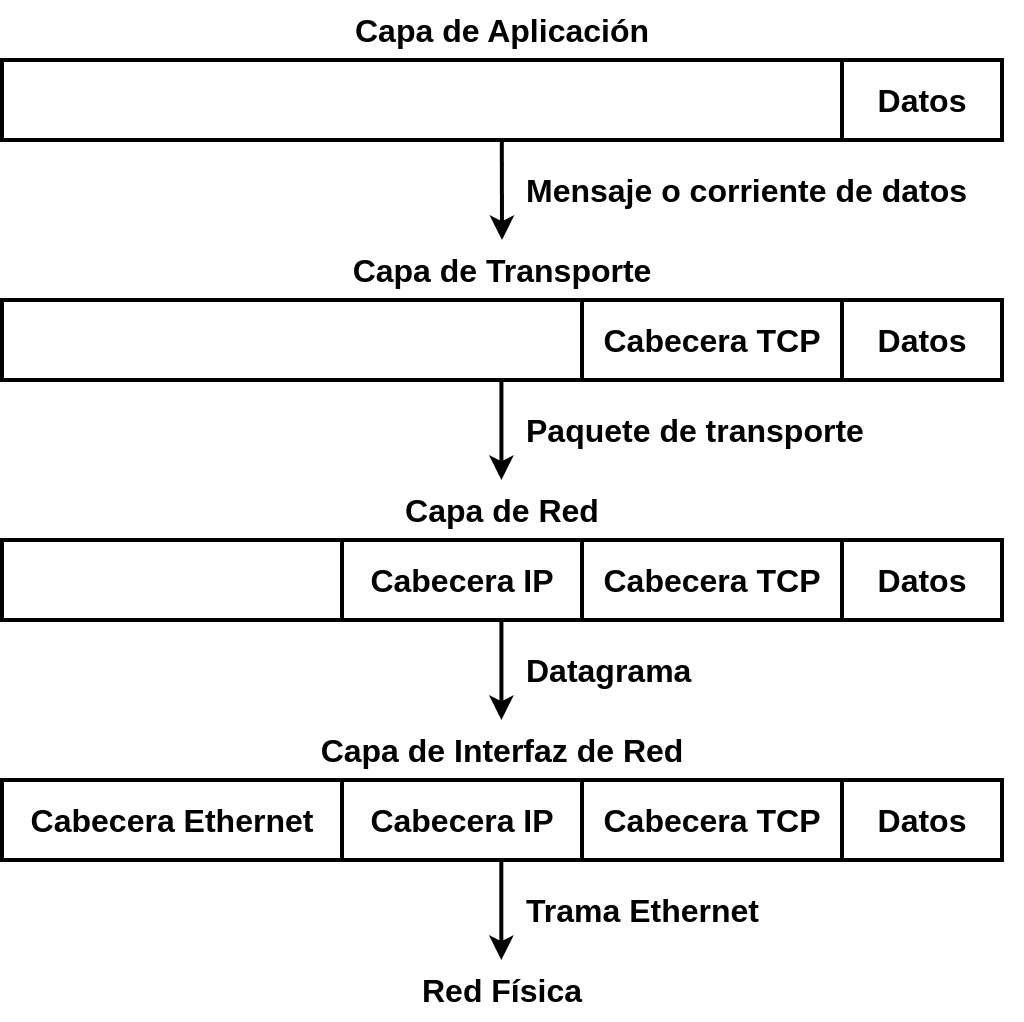
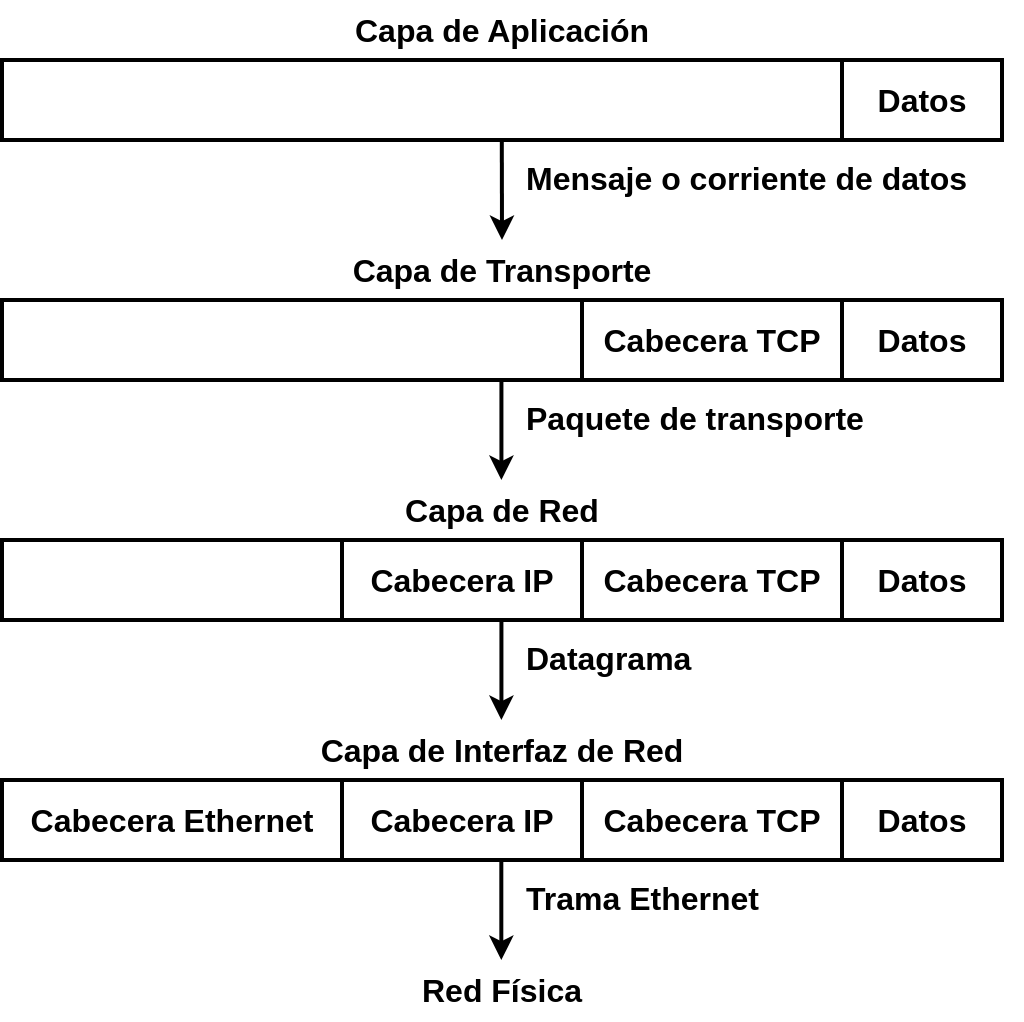
<mxfile host="Electron" agent="Mozilla/5.0 (Windows NT 10.0; Win64; x64) AppleWebKit/537.36 (KHTML, like Gecko) draw.io/24.7.5 Chrome/126.0.6478.183 Electron/31.3.0 Safari/537.36" version="24.7.5">
  <diagram name="Página-1" id="8G3KxYVdQqa2T4BavLge">
-     <mxGraphModel dx="880" dy="532" grid="1" gridSize="10" guides="1" tooltips="1" connect="1" arrows="1" fold="1" page="1" pageScale="1" pageWidth="827" pageHeight="1169" math="0" shadow="0">
+     <mxGraphModel dx="1035" dy="626" grid="1" gridSize="10" guides="1" tooltips="1" connect="1" arrows="1" fold="1" page="1" pageScale="1" pageWidth="827" pageHeight="1169" math="0" shadow="0">
      <root>
        <mxCell id="0" />
        <mxCell id="1" parent="0" />
-         <mxCell id="jvAf-Y62sDNGeC-M8dtx-1" value="Cabecera Ethernet" style="rounded=0;whiteSpace=wrap;html=1;strokeWidth=2;fontSize=16;fontStyle=1;fillColor=none;" vertex="1" parent="1">
+         <mxCell id="jvAf-Y62sDNGeC-M8dtx-1" value="Cabecera Ethernet" style="rounded=0;whiteSpace=wrap;html=1;strokeWidth=2;fontSize=16;fontStyle=1;fillColor=none;" parent="1" vertex="1">
          <mxGeometry x="130" y="450" width="170" height="40" as="geometry" />
        </mxCell>
-         <mxCell id="jvAf-Y62sDNGeC-M8dtx-2" value="Cabecera IP" style="rounded=0;whiteSpace=wrap;html=1;strokeWidth=2;fontSize=16;fontStyle=1;fillColor=none;" vertex="1" parent="1">
+         <mxCell id="jvAf-Y62sDNGeC-M8dtx-2" value="Cabecera IP" style="rounded=0;whiteSpace=wrap;html=1;strokeWidth=2;fontSize=16;fontStyle=1;fillColor=none;" parent="1" vertex="1">
          <mxGeometry x="300" y="450" width="120" height="40" as="geometry" />
        </mxCell>
-         <mxCell id="jvAf-Y62sDNGeC-M8dtx-3" value="Cabecera TCP" style="rounded=0;whiteSpace=wrap;html=1;strokeWidth=2;fontSize=16;fontStyle=1;fillColor=none;" vertex="1" parent="1">
+         <mxCell id="jvAf-Y62sDNGeC-M8dtx-3" value="Cabecera TCP" style="rounded=0;whiteSpace=wrap;html=1;strokeWidth=2;fontSize=16;fontStyle=1;fillColor=none;" parent="1" vertex="1">
          <mxGeometry x="420" y="450" width="130" height="40" as="geometry" />
        </mxCell>
-         <mxCell id="jvAf-Y62sDNGeC-M8dtx-4" value="Datos" style="rounded=0;whiteSpace=wrap;html=1;strokeWidth=2;fontSize=16;fontStyle=1;fillColor=none;" vertex="1" parent="1">
+         <mxCell id="jvAf-Y62sDNGeC-M8dtx-4" value="Datos" style="rounded=0;whiteSpace=wrap;html=1;strokeWidth=2;fontSize=16;fontStyle=1;fillColor=none;" parent="1" vertex="1">
          <mxGeometry x="550" y="450" width="80" height="40" as="geometry" />
        </mxCell>
-         <mxCell id="jvAf-Y62sDNGeC-M8dtx-5" value="Cabecera IP" style="rounded=0;whiteSpace=wrap;html=1;strokeWidth=2;fontSize=16;fontStyle=1;fillColor=none;" vertex="1" parent="1">
+         <mxCell id="jvAf-Y62sDNGeC-M8dtx-5" value="Cabecera IP" style="rounded=0;whiteSpace=wrap;html=1;strokeWidth=2;fontSize=16;fontStyle=1;fillColor=none;" parent="1" vertex="1">
          <mxGeometry x="300" y="330" width="120" height="40" as="geometry" />
        </mxCell>
-         <mxCell id="jvAf-Y62sDNGeC-M8dtx-6" value="Cabecera TCP" style="rounded=0;whiteSpace=wrap;html=1;strokeWidth=2;fontSize=16;fontStyle=1;fillColor=none;" vertex="1" parent="1">
+         <mxCell id="jvAf-Y62sDNGeC-M8dtx-6" value="Cabecera TCP" style="rounded=0;whiteSpace=wrap;html=1;strokeWidth=2;fontSize=16;fontStyle=1;fillColor=none;" parent="1" vertex="1">
          <mxGeometry x="420" y="330" width="130" height="40" as="geometry" />
        </mxCell>
-         <mxCell id="jvAf-Y62sDNGeC-M8dtx-7" value="Datos" style="rounded=0;whiteSpace=wrap;html=1;strokeWidth=2;fontSize=16;fontStyle=1;fillColor=none;" vertex="1" parent="1">
+         <mxCell id="jvAf-Y62sDNGeC-M8dtx-7" value="Datos" style="rounded=0;whiteSpace=wrap;html=1;strokeWidth=2;fontSize=16;fontStyle=1;fillColor=none;" parent="1" vertex="1">
          <mxGeometry x="550" y="330" width="80" height="40" as="geometry" />
        </mxCell>
-         <mxCell id="jvAf-Y62sDNGeC-M8dtx-8" value="Cabecera TCP" style="rounded=0;whiteSpace=wrap;html=1;strokeWidth=2;fontSize=16;fontStyle=1;fillColor=none;" vertex="1" parent="1">
+         <mxCell id="jvAf-Y62sDNGeC-M8dtx-8" value="Cabecera TCP" style="rounded=0;whiteSpace=wrap;html=1;strokeWidth=2;fontSize=16;fontStyle=1;fillColor=none;" parent="1" vertex="1">
          <mxGeometry x="420" y="210" width="130" height="40" as="geometry" />
        </mxCell>
-         <mxCell id="jvAf-Y62sDNGeC-M8dtx-9" value="Datos" style="rounded=0;whiteSpace=wrap;html=1;strokeWidth=2;fontSize=16;fontStyle=1;fillColor=none;" vertex="1" parent="1">
+         <mxCell id="jvAf-Y62sDNGeC-M8dtx-9" value="Datos" style="rounded=0;whiteSpace=wrap;html=1;strokeWidth=2;fontSize=16;fontStyle=1;fillColor=none;" parent="1" vertex="1">
          <mxGeometry x="550" y="210" width="80" height="40" as="geometry" />
        </mxCell>
-         <mxCell id="jvAf-Y62sDNGeC-M8dtx-10" value="Datos" style="rounded=0;whiteSpace=wrap;html=1;strokeWidth=2;fontSize=16;fontStyle=1;fillColor=none;fontFamily=Helvetica;" vertex="1" parent="1">
+         <mxCell id="jvAf-Y62sDNGeC-M8dtx-10" value="Datos" style="rounded=0;whiteSpace=wrap;html=1;strokeWidth=2;fontSize=16;fontStyle=1;fillColor=none;fontFamily=Helvetica;" parent="1" vertex="1">
          <mxGeometry x="550" y="90" width="80" height="40" as="geometry" />
        </mxCell>
-         <mxCell id="jvAf-Y62sDNGeC-M8dtx-11" value="" style="rounded=0;whiteSpace=wrap;html=1;strokeWidth=2;fontSize=16;fontStyle=1;fillColor=none;" vertex="1" parent="1">
+         <mxCell id="jvAf-Y62sDNGeC-M8dtx-11" value="" style="rounded=0;whiteSpace=wrap;html=1;strokeWidth=2;fontSize=16;fontStyle=1;fillColor=none;" parent="1" vertex="1">
          <mxGeometry x="130" y="90" width="420" height="40" as="geometry" />
        </mxCell>
-         <mxCell id="jvAf-Y62sDNGeC-M8dtx-12" value="" style="rounded=0;whiteSpace=wrap;html=1;strokeWidth=2;fontSize=16;fontStyle=1;fillColor=none;" vertex="1" parent="1">
+         <mxCell id="jvAf-Y62sDNGeC-M8dtx-12" value="" style="rounded=0;whiteSpace=wrap;html=1;strokeWidth=2;fontSize=16;fontStyle=1;fillColor=none;" parent="1" vertex="1">
          <mxGeometry x="130" y="210" width="290" height="40" as="geometry" />
        </mxCell>
-         <mxCell id="jvAf-Y62sDNGeC-M8dtx-13" value="" style="rounded=0;whiteSpace=wrap;html=1;strokeWidth=2;fontSize=16;fontStyle=1;fillColor=none;" vertex="1" parent="1">
+         <mxCell id="jvAf-Y62sDNGeC-M8dtx-13" value="" style="rounded=0;whiteSpace=wrap;html=1;strokeWidth=2;fontSize=16;fontStyle=1;fillColor=none;" parent="1" vertex="1">
          <mxGeometry x="130" y="330" width="170" height="40" as="geometry" />
        </mxCell>
-         <mxCell id="jvAf-Y62sDNGeC-M8dtx-14" value="Capa de Aplicación" style="text;html=1;align=center;verticalAlign=middle;whiteSpace=wrap;rounded=0;fontSize=16;fontStyle=1" vertex="1" parent="1">
+         <mxCell id="jvAf-Y62sDNGeC-M8dtx-14" value="Capa de Aplicación" style="text;html=1;align=center;verticalAlign=middle;whiteSpace=wrap;rounded=0;fontSize=16;fontStyle=1;strokeWidth=2;" parent="1" vertex="1">
          <mxGeometry x="290" y="60" width="180" height="30" as="geometry" />
        </mxCell>
-         <mxCell id="jvAf-Y62sDNGeC-M8dtx-15" value="Capa de Transporte" style="text;html=1;align=center;verticalAlign=middle;whiteSpace=wrap;rounded=0;fontSize=16;fontStyle=1" vertex="1" parent="1">
+         <mxCell id="jvAf-Y62sDNGeC-M8dtx-15" value="Capa de Transporte" style="text;html=1;align=center;verticalAlign=middle;whiteSpace=wrap;rounded=0;fontSize=16;fontStyle=1;strokeWidth=2;" parent="1" vertex="1">
          <mxGeometry x="290" y="180" width="180" height="30" as="geometry" />
        </mxCell>
-         <mxCell id="jvAf-Y62sDNGeC-M8dtx-16" value="Capa de Red" style="text;html=1;align=center;verticalAlign=middle;whiteSpace=wrap;rounded=0;fontSize=16;fontStyle=1" vertex="1" parent="1">
+         <mxCell id="jvAf-Y62sDNGeC-M8dtx-16" value="Capa de Red" style="text;html=1;align=center;verticalAlign=middle;whiteSpace=wrap;rounded=0;fontSize=16;fontStyle=1;strokeWidth=2;" parent="1" vertex="1">
          <mxGeometry x="290" y="300" width="180" height="30" as="geometry" />
        </mxCell>
-         <mxCell id="jvAf-Y62sDNGeC-M8dtx-17" value="Capa de Interfaz de Red" style="text;html=1;align=center;verticalAlign=middle;whiteSpace=wrap;rounded=0;fontSize=16;fontStyle=1" vertex="1" parent="1">
+         <mxCell id="jvAf-Y62sDNGeC-M8dtx-17" value="Capa de Interfaz de Red" style="text;html=1;align=center;verticalAlign=middle;whiteSpace=wrap;rounded=0;fontSize=16;fontStyle=1;strokeWidth=2;" parent="1" vertex="1">
          <mxGeometry x="275" y="420" width="210" height="30" as="geometry" />
        </mxCell>
-         <mxCell id="jvAf-Y62sDNGeC-M8dtx-18" value="Red Física" style="text;html=1;align=center;verticalAlign=middle;whiteSpace=wrap;rounded=0;fontSize=16;fontStyle=1" vertex="1" parent="1">
+         <mxCell id="jvAf-Y62sDNGeC-M8dtx-18" value="Red Física" style="text;html=1;align=center;verticalAlign=middle;whiteSpace=wrap;rounded=0;fontSize=16;fontStyle=1;strokeWidth=2;" parent="1" vertex="1">
          <mxGeometry x="290" y="540" width="180" height="30" as="geometry" />
        </mxCell>
-         <mxCell id="jvAf-Y62sDNGeC-M8dtx-19" value="" style="endArrow=none;html=1;rounded=0;entryX=0.595;entryY=1;entryDx=0;entryDy=0;strokeWidth=2;entryPerimeter=0;startArrow=classic;startFill=1;endFill=0;" edge="1" parent="1" target="jvAf-Y62sDNGeC-M8dtx-11">
+         <mxCell id="jvAf-Y62sDNGeC-M8dtx-19" value="" style="endArrow=none;html=1;rounded=0;entryX=0.595;entryY=1;entryDx=0;entryDy=0;strokeWidth=2;entryPerimeter=0;startArrow=classic;startFill=1;endFill=0;fontSize=16;fontStyle=1" parent="1" target="jvAf-Y62sDNGeC-M8dtx-11" edge="1">
          <mxGeometry width="50" height="50" relative="1" as="geometry">
            <mxPoint x="380" y="180" as="sourcePoint" />
            <mxPoint x="380" y="130" as="targetPoint" />
          </mxGeometry>
        </mxCell>
-         <mxCell id="jvAf-Y62sDNGeC-M8dtx-20" value="Mensaje o corriente de datos" style="text;html=1;align=left;verticalAlign=middle;whiteSpace=wrap;rounded=0;fontSize=16;fontStyle=1" vertex="1" parent="1">
-           <mxGeometry x="390" y="130" width="250" height="50" as="geometry" />
+         <mxCell id="jvAf-Y62sDNGeC-M8dtx-20" value="Mensaje o corriente de datos" style="text;html=1;align=left;verticalAlign=middle;whiteSpace=wrap;rounded=0;fontSize=16;fontStyle=1;strokeWidth=2;" parent="1" vertex="1">
+           <mxGeometry x="390" y="124" width="250" height="50" as="geometry" />
        </mxCell>
-         <mxCell id="jvAf-Y62sDNGeC-M8dtx-21" value="Paquete de transporte" style="text;html=1;align=left;verticalAlign=middle;whiteSpace=wrap;rounded=0;fontSize=16;fontStyle=1" vertex="1" parent="1">
-           <mxGeometry x="390" y="250" width="250" height="50" as="geometry" />
+         <mxCell id="jvAf-Y62sDNGeC-M8dtx-21" value="Paquete de transporte" style="text;html=1;align=left;verticalAlign=middle;whiteSpace=wrap;rounded=0;fontSize=16;fontStyle=1;strokeWidth=2;" parent="1" vertex="1">
+           <mxGeometry x="390" y="244" width="250" height="50" as="geometry" />
        </mxCell>
-         <mxCell id="jvAf-Y62sDNGeC-M8dtx-22" value="Datagrama" style="text;html=1;align=left;verticalAlign=middle;whiteSpace=wrap;rounded=0;fontSize=16;fontStyle=1" vertex="1" parent="1">
-           <mxGeometry x="390" y="370" width="250" height="50" as="geometry" />
+         <mxCell id="jvAf-Y62sDNGeC-M8dtx-22" value="Datagrama" style="text;html=1;align=left;verticalAlign=middle;whiteSpace=wrap;rounded=0;fontSize=16;fontStyle=1;strokeWidth=2;" parent="1" vertex="1">
+           <mxGeometry x="390" y="364" width="250" height="50" as="geometry" />
        </mxCell>
-         <mxCell id="jvAf-Y62sDNGeC-M8dtx-23" value="Trama Ethernet" style="text;html=1;align=left;verticalAlign=middle;whiteSpace=wrap;rounded=0;fontSize=16;fontStyle=1" vertex="1" parent="1">
-           <mxGeometry x="390" y="490" width="250" height="50" as="geometry" />
+         <mxCell id="jvAf-Y62sDNGeC-M8dtx-23" value="Trama Ethernet" style="text;html=1;align=left;verticalAlign=middle;whiteSpace=wrap;rounded=0;fontSize=16;fontStyle=1;strokeWidth=2;" parent="1" vertex="1">
+           <mxGeometry x="390" y="484" width="250" height="50" as="geometry" />
        </mxCell>
-         <mxCell id="jvAf-Y62sDNGeC-M8dtx-24" value="" style="endArrow=none;html=1;rounded=0;entryX=0.595;entryY=1;entryDx=0;entryDy=0;strokeWidth=2;entryPerimeter=0;startArrow=classic;startFill=1;endFill=0;" edge="1" parent="1">
+         <mxCell id="jvAf-Y62sDNGeC-M8dtx-24" value="" style="endArrow=none;html=1;rounded=0;entryX=0.595;entryY=1;entryDx=0;entryDy=0;strokeWidth=2;entryPerimeter=0;startArrow=classic;startFill=1;endFill=0;fontSize=16;fontStyle=1" parent="1" edge="1">
          <mxGeometry width="50" height="50" relative="1" as="geometry">
            <mxPoint x="379.71" y="300" as="sourcePoint" />
            <mxPoint x="379.71" y="250" as="targetPoint" />
          </mxGeometry>
        </mxCell>
-         <mxCell id="jvAf-Y62sDNGeC-M8dtx-25" value="" style="endArrow=none;html=1;rounded=0;entryX=0.595;entryY=1;entryDx=0;entryDy=0;strokeWidth=2;entryPerimeter=0;startArrow=classic;startFill=1;endFill=0;" edge="1" parent="1">
+         <mxCell id="jvAf-Y62sDNGeC-M8dtx-25" value="" style="endArrow=none;html=1;rounded=0;entryX=0.595;entryY=1;entryDx=0;entryDy=0;strokeWidth=2;entryPerimeter=0;startArrow=classic;startFill=1;endFill=0;fontSize=16;fontStyle=1" parent="1" edge="1">
          <mxGeometry width="50" height="50" relative="1" as="geometry">
            <mxPoint x="379.71" y="420" as="sourcePoint" />
            <mxPoint x="379.71" y="370" as="targetPoint" />
          </mxGeometry>
        </mxCell>
-         <mxCell id="jvAf-Y62sDNGeC-M8dtx-26" value="" style="endArrow=none;html=1;rounded=0;entryX=0.595;entryY=1;entryDx=0;entryDy=0;strokeWidth=2;entryPerimeter=0;startArrow=classic;startFill=1;endFill=0;" edge="1" parent="1">
+         <mxCell id="jvAf-Y62sDNGeC-M8dtx-26" value="" style="endArrow=none;html=1;rounded=0;entryX=0.595;entryY=1;entryDx=0;entryDy=0;strokeWidth=2;entryPerimeter=0;startArrow=classic;startFill=1;endFill=0;fontSize=16;fontStyle=1" parent="1" edge="1">
          <mxGeometry width="50" height="50" relative="1" as="geometry">
            <mxPoint x="379.65999999999997" y="540" as="sourcePoint" />
            <mxPoint x="379.65999999999997" y="490" as="targetPoint" />
          </mxGeometry>
        </mxCell>
      </root>
    </mxGraphModel>
  </diagram>
</mxfile>
